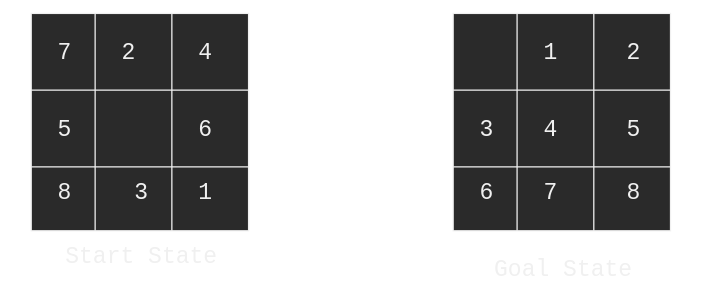
Before: Artificial Intelligence/8puzzle 01.svg, a diagram exported from draw.io (Arif-Foysal/obsidian). Source tidied: cells renumbered, new cells last; positions are measured from the earlier drawing's top-left corner, leaving out a move shared by most shapes.
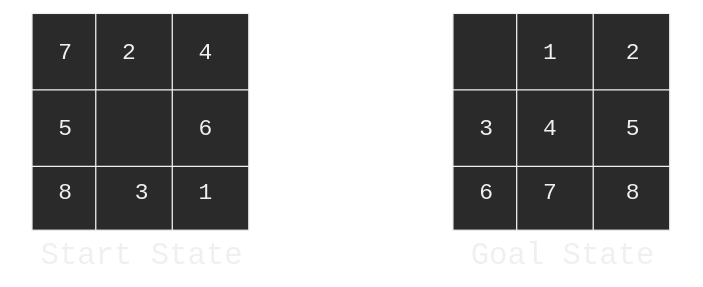
Above is the later version.

The edit, as a diff of the source:
```diff
@@ -53,8 +53,8 @@
     <mxCell id="14" value="&lt;span style=&quot;font-size: 18px&quot;&gt;&lt;font face=&quot;Courier New&quot;&gt;3&lt;/font&gt;&lt;/span&gt;" style="text;html=1;align=center;verticalAlign=middle;strokeColor=none;" parent="1" vertex="1">
       <mxGeometry x="70" y="130" width="30" height="20" as="geometry" />
     </mxCell>
-    <mxCell id="15" value="&lt;font style=&quot;font-size: 18px&quot; face=&quot;Courier New&quot;&gt;Start State&lt;/font&gt;" style="text;html=1;align=center;verticalAlign=middle;strokeColor=none;" parent="1" vertex="1">
-      <mxGeometry x="20" y="180" width="130" height="20" as="geometry" />
+    <mxCell id="15" value="&lt;font style=&quot;font-size: 24px&quot; face=&quot;Courier New&quot;&gt;Start State&lt;/font&gt;" style="text;html=1;align=center;verticalAlign=middle;strokeColor=none;" parent="1" vertex="1">
+      <mxGeometry y="180" width="170" height="20" as="geometry" />
     </mxCell>
     <mxCell id="16" style="whiteSpace=wrap;html=1;" parent="1" vertex="1">
       <mxGeometry x="330" width="170" height="170" as="geometry" />
@@ -107,8 +107,8 @@
     <mxCell id="28" value="&lt;span style=&quot;font-size: 18px&quot;&gt;&lt;font face=&quot;Courier New&quot;&gt;3&lt;/font&gt;&lt;/span&gt;" style="text;html=1;align=center;verticalAlign=middle;strokeColor=none;" parent="1" vertex="1">
       <mxGeometry x="340" y="80" width="30" height="20" as="geometry" />
     </mxCell>
-    <mxCell id="29" value="&lt;font face=&quot;Courier New&quot; style=&quot;font-size: 18px&quot;&gt;Goal State&lt;/font&gt;" style="text;html=1;align=center;verticalAlign=middle;strokeColor=none;" parent="1" vertex="1">
-      <mxGeometry x="355" y="190" width="120" height="20" as="geometry" />
+    <mxCell id="29" value="&lt;font face=&quot;Courier New&quot; style=&quot;font-size: 24px&quot;&gt;Goal State&lt;/font&gt;" style="text;html=1;align=center;verticalAlign=middle;strokeColor=none;" parent="1" vertex="1">
+      <mxGeometry x="335" y="180" width="160" height="20" as="geometry" />
     </mxCell>
   </root>
 </mxGraphModel>
```
